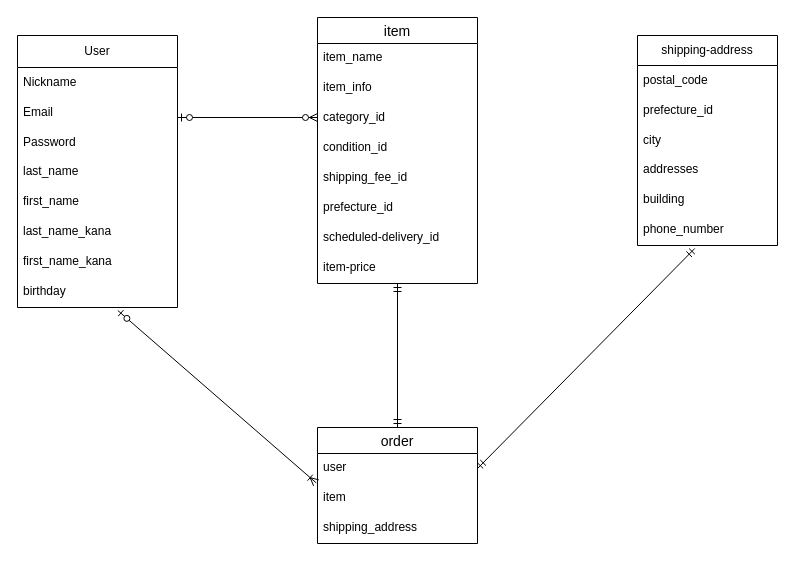
Above: furima_db.dio in mofuleo/furima-39668 (draw.io), before the change. Source tidied: cells renumbered, new cells numbered last; positions are measured from the earlier drawing's top-left corner, leaving out a move shared by most shapes. Both pictures are drawn from the tidied source at 100%, with x=0, y=0 at pixel (17, 17).
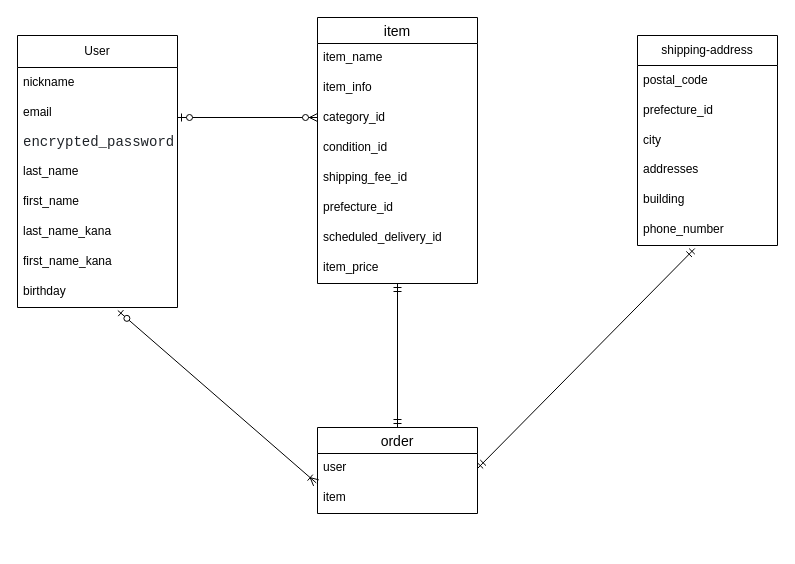
After the change.

Commit message (it also covers changes not shown here):
READMEとER図の修正2回目

Unchanged cells that the change refers to:
```xml
<mxCell id="2" value="User" style="swimlane;fontStyle=0;horizontal=1;startSize=32;whiteSpace=wrap;html=1;" parent="1" vertex="1">
  <mxGeometry y="18" width="160" height="272" as="geometry" />
</mxCell>
<mxCell id="11" value="item" style="swimlane;fontStyle=0;horizontal=1;startSize=26;align=center;fontSize=14;" parent="1" vertex="1">
  <mxGeometry x="300" width="160" height="266" as="geometry" />
</mxCell>
```

What changed in the source:
```diff
@@
-    <mxCell id="3" value="Nickname" style="text;strokeColor=none;fillColor=none;align=left;verticalAlign=middle;spacingLeft=4;spacingRight=4;overflow=hidden;whiteSpace=wrap;html=1;" parent="2" vertex="1">
+    <mxCell id="3" value="nickname" style="text;strokeColor=none;fillColor=none;align=left;verticalAlign=middle;spacingLeft=4;spacingRight=4;overflow=hidden;whiteSpace=wrap;html=1;" parent="2" vertex="1">
       <mxGeometry y="32" width="160" height="30" as="geometry" />
     </mxCell>
-    <mxCell id="4" value="Email" style="text;strokeColor=none;fillColor=none;align=left;verticalAlign=middle;spacingLeft=4;spacingRight=4;overflow=hidden;whiteSpace=wrap;html=1;" parent="2" vertex="1">
+    <mxCell id="4" value="email" style="text;strokeColor=none;fillColor=none;align=left;verticalAlign=middle;spacingLeft=4;spacingRight=4;overflow=hidden;whiteSpace=wrap;html=1;" parent="2" vertex="1">
       <mxGeometry y="62" width="160" height="30" as="geometry" />
     </mxCell>
-    <mxCell id="5" value="Password" style="text;strokeColor=none;fillColor=none;align=left;verticalAlign=middle;spacingLeft=4;spacingRight=4;overflow=hidden;whiteSpace=wrap;html=1;" parent="2" vertex="1">
+    <mxCell id="5" value="&lt;div style=&quot;color: rgb(31, 35, 40); background-color: rgb(255, 255, 255); font-family: &amp;quot;Ricty Diminished&amp;quot;, Consolas, &amp;quot;Courier New&amp;quot;, monospace; font-size: 14px; line-height: 19px;&quot;&gt;encrypted_password&lt;/div&gt;" style="text;strokeColor=none;fillColor=none;align=left;verticalAlign=middle;spacingLeft=4;spacingRight=4;overflow=hidden;whiteSpace=wrap;html=1;" parent="2" vertex="1">
       <mxGeometry y="92" width="160" height="30" as="geometry" />
     </mxCell>
@@
-    <mxCell id="18" value="scheduled-delivery_id" style="text;strokeColor=none;fillColor=none;spacingLeft=4;spacingRight=4;overflow=hidden;fontSize=12;" parent="11" vertex="1">
+    <mxCell id="18" value="scheduled_delivery_id" style="text;strokeColor=none;fillColor=none;spacingLeft=4;spacingRight=4;overflow=hidden;fontSize=12;" parent="11" vertex="1">
       <mxGeometry y="206" width="160" height="30" as="geometry" />
     </mxCell>
-    <mxCell id="19" value="item-price" style="text;strokeColor=none;fillColor=none;spacingLeft=4;spacingRight=4;overflow=hidden;points=[[0,0.5],[1,0.5]];portConstraint=eastwest;fontSize=12;" parent="11" vertex="1">
+    <mxCell id="19" value="item_price" style="text;strokeColor=none;fillColor=none;spacingLeft=4;spacingRight=4;overflow=hidden;points=[[0,0.5],[1,0.5]];portConstraint=eastwest;fontSize=12;" parent="11" vertex="1">
       <mxGeometry y="236" width="160" height="30" as="geometry" />
     </mxCell>
@@
     <mxCell id="27" value="order" style="swimlane;fontStyle=0;horizontal=1;startSize=26;align=center;fontSize=14;" parent="1" vertex="1">
-      <mxGeometry x="300" y="410" width="160" height="116" as="geometry" />
+      <mxGeometry x="300" y="410" width="160" height="86" as="geometry" />
     </mxCell>
@@
-    <mxCell id="30" value="shipping_address" style="text;strokeColor=none;fillColor=none;spacingLeft=4;spacingRight=4;overflow=hidden;fontSize=12;" parent="27" vertex="1">
-      <mxGeometry y="86" width="160" height="30" as="geometry" />
-    </mxCell>
```
